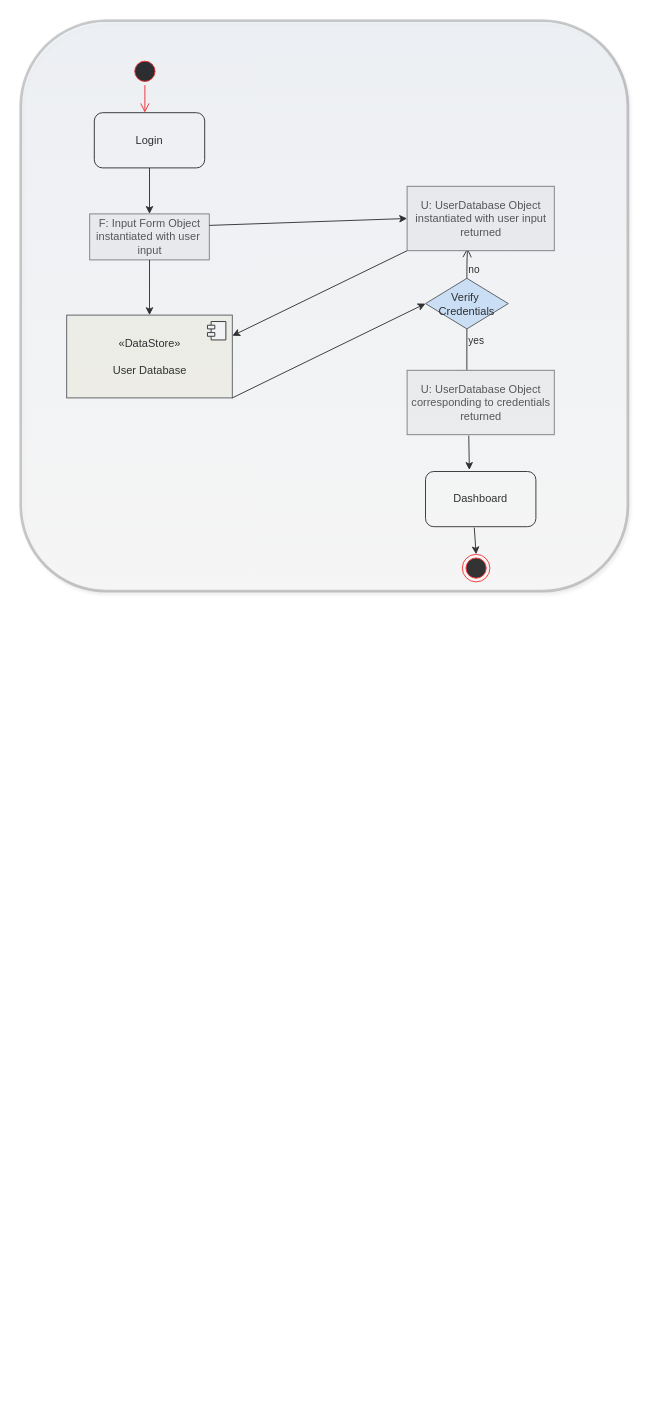
Earlier version of the draw.io diagram Login/CreateAccount.drawio (KelleClark/CSCI6030). Source tidied: cells renumbered, new cells numbered last; positions are measured from the earlier drawing's top-left corner, leaving out a move shared by most shapes. Both pictures are drawn from the tidied source at 92%, with x=0, y=0 at pixel (20, 20).
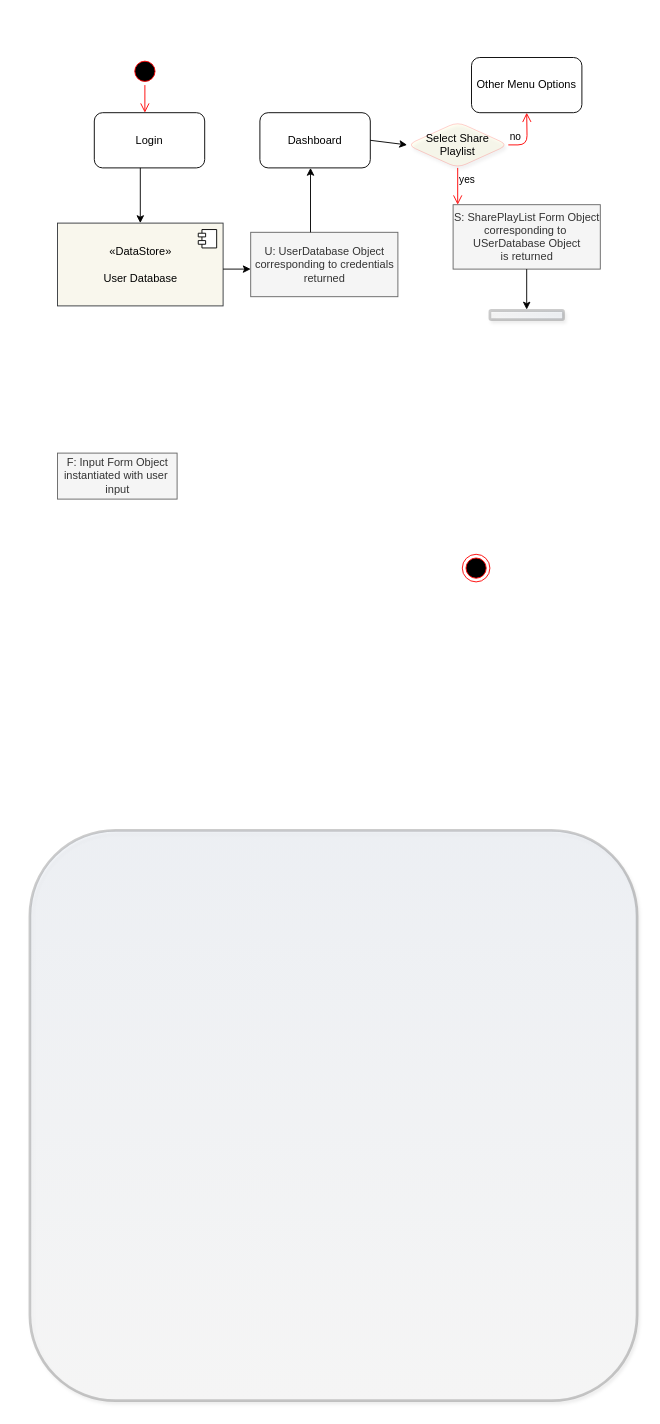
The same diagram, later.

Unchanged cells that the change refers to:
```xml
<mxCell id="4" value="Login" style="rounded=1;whiteSpace=wrap;html=1;" parent="1" vertex="1">
  <mxGeometry x="80" y="100" width="120" height="60" as="geometry" />
</mxCell>
```

The edit, as a diff of the source:
```diff
@@
     <mxCell id="5" value="F: Input Form Object&lt;br&gt;instantiated with user&amp;nbsp;&lt;br&gt;input" style="html=1;fillColor=#f5f5f5;strokeColor=#666666;fontColor=#333333;" parent="1" vertex="1">
-      <mxGeometry x="75" y="210" width="130" height="50" as="geometry" />
+      <mxGeometry x="40" y="470" width="130" height="50" as="geometry" />
     </mxCell>
-    <mxCell id="6" style="endArrow=classic;html=1;exitX=0.5;exitY=1;exitDx=0;exitDy=0;entryX=0.5;entryY=0;entryDx=0;entryDy=0;" parent="1" edge="1" source="4" target="5">
-      <mxGeometry relative="1" as="geometry" />
-    </mxCell>
     <mxCell id="7" value="«DataStore»&lt;br&gt;&lt;br&gt;User Database" style="html=1;fillColor=#f9f7ed;strokeColor=#36393d;" parent="1" vertex="1">
-      <mxGeometry x="50" y="320" width="180" height="90" as="geometry" />
+      <mxGeometry x="40" y="220" width="180" height="90" as="geometry" />
     </mxCell>
@@
-    <mxCell id="9" style="endArrow=classic;html=1;exitX=0.5;exitY=1;exitDx=0;exitDy=0;entryX=0.5;entryY=0;entryDx=0;entryDy=0;" parent="1" edge="1" source="5" target="7">
-      <mxGeometry relative="1" as="geometry" />
-    </mxCell>
-    <mxCell id="10" value="Verify&amp;nbsp;&lt;br&gt;Credentials" style="rhombus;whiteSpace=wrap;html=1;fillColor=#cce5ff;strokeColor=#36393d;" parent="1" vertex="1">
-      <mxGeometry x="440" y="280" width="90" height="55" as="geometry" />
-    </mxCell>
+    <mxCell id="14" value="U: UserDatabase Object&lt;br&gt;corresponding to credentials&lt;br&gt;returned" style="html=1;fillColor=#f5f5f5;strokeColor=#666666;fontColor=#333333;" parent="1" vertex="1">
+      <mxGeometry x="250" y="230" width="160" height="70" as="geometry" />
+    </mxCell>
+    <mxCell id="18" value="Dashboard" style="rounded=1;whiteSpace=wrap;html=1;" parent="1" vertex="1">
+      <mxGeometry x="260" y="100" width="120" height="60" as="geometry" />
+    </mxCell>
+    <mxCell id="20" style="ellipse;html=1;shape=endState;fillColor=#000000;strokeColor=#ff0000;" parent="1" vertex="1">
+      <mxGeometry x="480" y="580" width="30" height="30" as="geometry" />
+    </mxCell>
+    <mxCell id="22" style="rounded=1;whiteSpace=wrap;html=1;opacity=20;fillColor=#D4E1F5;shadow=1;gradientColor=#ffffff;strokeWidth=3;perimeterSpacing=3;" parent="1" vertex="1">
+      <mxGeometry x="10" y="880" width="660" height="620" as="geometry" />
+    </mxCell>
+    <mxCell id="23" style="endArrow=classic;html=1;strokeColor=#000000;entryX=0.5;entryY=0;entryDx=0;entryDy=0;" parent="1" edge="1" target="7">
+      <mxGeometry relative="1" as="geometry">
+        <mxPoint x="130" y="160" as="sourcePoint" />
+      </mxGeometry>
+    </mxCell>
+    <mxCell id="24" style="endArrow=classic;html=1;strokeColor=#000000;" parent="1" edge="1">
+      <mxGeometry relative="1" as="geometry">
+        <mxPoint x="220" y="270" as="sourcePoint" />
+        <mxPoint x="250" y="270" as="targetPoint" />
+      </mxGeometry>
+    </mxCell>
+    <mxCell id="25" style="endArrow=classic;html=1;strokeColor=#000000;" parent="1" edge="1">
+      <mxGeometry relative="1" as="geometry">
+        <mxPoint x="315" y="230" as="sourcePoint" />
+        <mxPoint x="315" y="160" as="targetPoint" />
+      </mxGeometry>
+    </mxCell>
+    <mxCell id="26" value="Select Share&lt;br&gt;Playlist" style="rhombus;whiteSpace=wrap;html=1;fillColor=#ffffc0;strokeColor=#ff0000;rounded=1;shadow=1;opacity=20;" parent="1" vertex="1">
+      <mxGeometry x="420" y="110" width="110" height="50" as="geometry" />
+    </mxCell>
-    <mxCell id="11" value="no" style="edgeStyle=orthogonalEdgeStyle;html=1;align=left;verticalAlign=bottom;endArrow=open;endSize=8;entryX=0.41;entryY=0.957;entryDx=0;entryDy=0;entryPerimeter=0;" parent="1" edge="1" source="10" target="15">
-      <mxGeometry x="-1" relative="1" as="geometry" />
+    <mxCell id="11" value="no" style="edgeStyle=orthogonalEdgeStyle;html=1;align=left;verticalAlign=bottom;endArrow=open;endSize=8;strokeColor=#ff0000;" parent="1" edge="1" source="26">
+      <mxGeometry x="-1" relative="1" as="geometry">
+        <mxPoint x="550" y="100" as="targetPoint" />
+      </mxGeometry>
     </mxCell>
-    <mxCell id="12" value="yes" style="edgeStyle=orthogonalEdgeStyle;html=1;align=left;verticalAlign=top;endArrow=open;endSize=8;entryX=0.406;entryY=0.143;entryDx=0;entryDy=0;entryPerimeter=0;" parent="1" edge="1" source="10" target="14">
-      <mxGeometry x="-1" relative="1" as="geometry" />
+    <mxCell id="12" value="yes" style="edgeStyle=orthogonalEdgeStyle;html=1;align=left;verticalAlign=top;endArrow=open;endSize=8;strokeColor=#ff0000;" parent="1" edge="1" source="26">
+      <mxGeometry x="-1" relative="1" as="geometry">
+        <mxPoint x="475" y="200" as="targetPoint" />
+        <Array as="points">
+          <mxPoint x="475" y="200" />
+        </Array>
+      </mxGeometry>
     </mxCell>
-    <mxCell id="13" style="endArrow=classic;html=1;entryX=1;entryY=0.25;entryDx=0;entryDy=0;" parent="1" edge="1" target="7">
-      <mxGeometry relative="1" as="geometry">
-        <mxPoint x="420" y="250" as="sourcePoint" />
-      </mxGeometry>
-    </mxCell>
-    <mxCell id="14" value="U: UserDatabase Object&lt;br&gt;corresponding to credentials&lt;br&gt;returned" style="html=1;fillColor=#f5f5f5;strokeColor=#666666;fontColor=#333333;" parent="1" vertex="1">
-      <mxGeometry x="420" y="380" width="160" height="70" as="geometry" />
-    </mxCell>
-    <mxCell id="15" value="U: UserDatabase Object&lt;br&gt;instantiated with user input&lt;br&gt;returned" style="html=1;fillColor=#f5f5f5;strokeColor=#666666;fontColor=#333333;" parent="1" vertex="1">
-      <mxGeometry x="420" y="180" width="160" height="70" as="geometry" />
-    </mxCell>
-    <mxCell id="16" style="endArrow=classic;html=1;exitX=1;exitY=0.25;exitDx=0;exitDy=0;entryX=0;entryY=0.5;entryDx=0;entryDy=0;" parent="1" edge="1" source="5" target="15">
-      <mxGeometry relative="1" as="geometry" />
-    </mxCell>
-    <mxCell id="17" style="endArrow=classic;html=1;entryX=0;entryY=0.5;entryDx=0;entryDy=0;exitX=1;exitY=1;exitDx=0;exitDy=0;" parent="1" edge="1" source="7" target="10">
-      <mxGeometry relative="1" as="geometry" />
-    </mxCell>
-    <mxCell id="18" value="Dashboard" style="rounded=1;whiteSpace=wrap;html=1;" parent="1" vertex="1">
-      <mxGeometry x="440" y="490" width="120" height="60" as="geometry" />
-    </mxCell>
-    <mxCell id="19" style="endArrow=classic;html=1;entryX=0.397;entryY=-0.028;entryDx=0;entryDy=0;exitX=0.419;exitY=1.014;exitDx=0;exitDy=0;exitPerimeter=0;entryPerimeter=0;" parent="1" edge="1" source="14" target="18">
-      <mxGeometry relative="1" as="geometry" />
-    </mxCell>
-    <mxCell id="20" style="ellipse;html=1;shape=endState;fillColor=#000000;strokeColor=#ff0000;" parent="1" vertex="1">
-      <mxGeometry x="480" y="580" width="30" height="30" as="geometry" />
-    </mxCell>
-    <mxCell id="21" style="endArrow=classic;html=1;entryX=0.5;entryY=0;entryDx=0;entryDy=0;exitX=0.442;exitY=1.017;exitDx=0;exitDy=0;exitPerimeter=0;" parent="1" edge="1" source="18" target="20">
-      <mxGeometry relative="1" as="geometry" />
-    </mxCell>
-    <mxCell id="22" style="rounded=1;whiteSpace=wrap;html=1;opacity=20;fillColor=#D4E1F5;shadow=1;gradientColor=#ffffff;strokeWidth=3;perimeterSpacing=3;" parent="1" vertex="1">
-      <mxGeometry width="660" height="620" as="geometry" />
-    </mxCell>
+    <mxCell id="27" style="endArrow=classic;html=1;strokeColor=#000000;entryX=0;entryY=0.5;entryDx=0;entryDy=0;" parent="1" edge="1" target="26">
+      <mxGeometry relative="1" as="geometry">
+        <mxPoint x="380" y="130" as="sourcePoint" />
+      </mxGeometry>
+    </mxCell>
+    <mxCell id="28" value="Other Menu Options" style="rounded=1;whiteSpace=wrap;html=1;" parent="1" vertex="1">
+      <mxGeometry x="490" y="40" width="120" height="60" as="geometry" />
+    </mxCell>
+    <mxCell id="29" value="S: SharePlayList Form Object&lt;br&gt;corresponding to&amp;nbsp;&lt;br&gt;USerDatabase Object&lt;br&gt;is returned" style="html=1;fillColor=#f5f5f5;strokeColor=#666666;fontColor=#333333;" parent="1" vertex="1">
+      <mxGeometry x="470" y="200" width="160" height="70" as="geometry" />
+    </mxCell>
+    <mxCell id="30" style="html=1;perimeter=orthogonalPerimeter;rounded=1;shadow=1;strokeColor=#000000;strokeWidth=3;fillColor=#D4E1F5;gradientColor=#ffffff;opacity=20;rotation=90;" parent="1" vertex="1">
+      <mxGeometry x="545" y="280" width="10" height="80" as="geometry" />
+    </mxCell>
+    <mxCell id="31" style="endArrow=classic;html=1;strokeColor=#000000;exitX=0.5;exitY=1;exitDx=0;exitDy=0;" parent="1" edge="1" source="29">
+      <mxGeometry relative="1" as="geometry">
+        <mxPoint x="550" y="314" as="targetPoint" />
+      </mxGeometry>
+    </mxCell>
```
